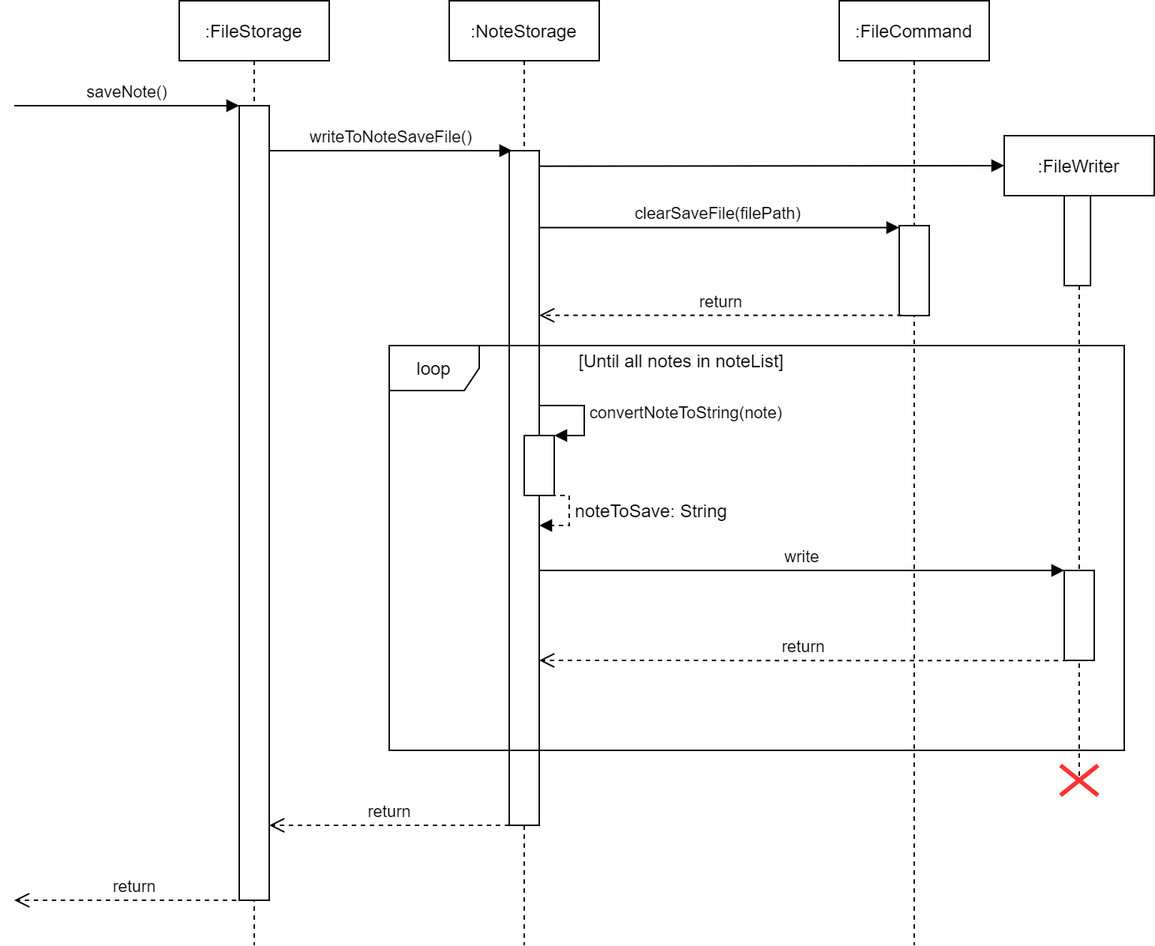
The draw.io diagram docs/images/DeveloperGuide/StorageSaveSequenceDiagram.png in skyaxe97/tp, before a commit. Source tidied: cells renumbered, new cells last; positions are measured from the earlier drawing's top-left corner, leaving out a move shared by most shapes. Its diagram source:
```xml
<mxGraphModel>
  <root>
    <mxCell id="0" />
    <mxCell id="1" parent="0" />
    <mxCell id="2" value=":FileStorage" style="shape=umlLifeline;perimeter=lifelinePerimeter;whiteSpace=wrap;html=1;fillColor=#FFFFFF;" parent="1" vertex="1">
      <mxGeometry x="110" width="100" height="630" as="geometry" />
    </mxCell>
    <mxCell id="3" style="html=1;perimeter=orthogonalPerimeter;fillColor=#FFFFFF;" parent="2" vertex="1">
      <mxGeometry x="40" y="70" width="20" height="530" as="geometry" />
    </mxCell>
    <mxCell id="4" value=":NoteStorage" style="shape=umlLifeline;perimeter=lifelinePerimeter;whiteSpace=wrap;html=1;fillColor=#FFFFFF;" parent="1" vertex="1">
      <mxGeometry x="290" width="100" height="630" as="geometry" />
    </mxCell>
    <mxCell id="5" style="html=1;points=[];perimeter=orthogonalPerimeter;fillColor=#FFFFFF;" parent="4" vertex="1">
      <mxGeometry x="40" y="100" width="20" height="450" as="geometry" />
    </mxCell>
    <mxCell id="6" value=":FileCommand" style="shape=umlLifeline;perimeter=lifelinePerimeter;whiteSpace=wrap;html=1;fillColor=#FFFFFF;" parent="1" vertex="1">
      <mxGeometry x="550" width="100" height="630" as="geometry" />
    </mxCell>
    <mxCell id="7" style="html=1;points=[];perimeter=orthogonalPerimeter;fillColor=#FFFFFF;" parent="6" vertex="1">
      <mxGeometry x="40" y="150" width="20" height="60" as="geometry" />
    </mxCell>
    <mxCell id="8" value="saveNote()" style="html=1;verticalAlign=bottom;endArrow=block;" parent="1" edge="1">
      <mxGeometry relative="1" as="geometry">
        <mxPoint y="70" as="sourcePoint" />
        <mxPoint x="150" y="70" as="targetPoint" />
      </mxGeometry>
    </mxCell>
    <mxCell id="9" value="writeToNoteSaveFile()" style="html=1;verticalAlign=bottom;endArrow=block;" parent="1" edge="1">
      <mxGeometry relative="1" as="geometry">
        <mxPoint x="170" y="100" as="sourcePoint" />
        <mxPoint x="332" y="100" as="targetPoint" />
      </mxGeometry>
    </mxCell>
    <mxCell id="10" value="clearSaveFile(filePath)" style="html=1;verticalAlign=bottom;endArrow=block;exitX=0.972;exitY=0.114;exitDx=0;exitDy=0;exitPerimeter=0;" parent="1" edge="1" source="5" target="7">
      <mxGeometry relative="1" as="geometry" />
    </mxCell>
    <mxCell id="11" value="return" style="html=1;verticalAlign=bottom;endArrow=open;dashed=1;endSize=8;exitX=0.083;exitY=0.997;exitDx=0;exitDy=0;exitPerimeter=0;" parent="1" edge="1" source="7" target="5">
      <mxGeometry relative="1" as="geometry" />
    </mxCell>
    <mxCell id="12" value="loop" style="shape=umlFrame;whiteSpace=wrap;html=1;fillColor=#FFFFFF;" parent="1" vertex="1">
      <mxGeometry x="250" y="230" width="490" height="270" as="geometry" />
    </mxCell>
    <mxCell id="13" value="[Until all notes in noteList]" style="text;html=1;strokeColor=none;fillColor=none;align=center;verticalAlign=middle;whiteSpace=wrap;rounded=0;" parent="1" vertex="1">
      <mxGeometry x="370" y="230" width="150" height="20" as="geometry" />
    </mxCell>
    <mxCell id="14" style="html=1;points=[];perimeter=orthogonalPerimeter;fillColor=#FFFFFF;" parent="1" vertex="1">
      <mxGeometry x="340" y="290" width="20" height="40" as="geometry" />
    </mxCell>
    <mxCell id="15" value="convertNoteToString(note)" style="edgeStyle=orthogonalEdgeStyle;html=1;align=left;spacingLeft=2;endArrow=block;rounded=0;entryX=1;entryY=0;" parent="1" edge="1" target="14">
      <mxGeometry relative="1" as="geometry">
        <mxPoint x="350" y="270" as="sourcePoint" />
        <Array as="points">
          <mxPoint x="380" y="270" />
        </Array>
      </mxGeometry>
    </mxCell>
    <mxCell id="16" style="edgeStyle=orthogonalEdgeStyle;html=1;align=left;spacingLeft=2;endArrow=block;rounded=0;entryX=1;entryY=0;dashed=1;" parent="1" edge="1">
      <mxGeometry relative="1" as="geometry">
        <mxPoint x="340" y="330" as="sourcePoint" />
        <mxPoint x="350" y="350" as="targetPoint" />
        <Array as="points">
          <mxPoint x="370" y="330" />
        </Array>
      </mxGeometry>
    </mxCell>
    <mxCell id="17" value="noteToSave: String" style="text;html=1;strokeColor=none;fillColor=none;align=center;verticalAlign=middle;whiteSpace=wrap;rounded=0;" parent="1" vertex="1">
      <mxGeometry x="370" y="330" width="110" height="20" as="geometry" />
    </mxCell>
    <mxCell id="18" value=":FileWriter" style="shape=umlLifeline;perimeter=lifelinePerimeter;whiteSpace=wrap;html=1;fillColor=#FFFFFF;" parent="1" vertex="1">
      <mxGeometry x="660" y="90" width="100" height="430" as="geometry" />
    </mxCell>
    <mxCell id="19" style="html=1;perimeter=orthogonalPerimeter;fillColor=#FFFFFF;" parent="18" vertex="1">
      <mxGeometry x="40" y="40" width="17.5" height="60" as="geometry" />
    </mxCell>
    <mxCell id="20" style="html=1;points=[];perimeter=orthogonalPerimeter;fillColor=#FFFFFF;" parent="18" vertex="1">
      <mxGeometry x="40" y="290" width="20" height="60" as="geometry" />
    </mxCell>
    <mxCell id="21" style="shape=umlDestroy;whiteSpace=wrap;html=1;strokeWidth=3;fillColor=#FFFFFF;strokeColor=#FF3333;" parent="1" vertex="1">
      <mxGeometry x="697.5" y="510" width="25" height="20" as="geometry" />
    </mxCell>
    <mxCell id="22" style="html=1;verticalAlign=bottom;endArrow=block;exitX=0.98;exitY=0.023;exitDx=0;exitDy=0;exitPerimeter=0;" parent="1" edge="1" source="5">
      <mxGeometry relative="1" as="geometry">
        <mxPoint x="660" y="110" as="targetPoint" />
      </mxGeometry>
    </mxCell>
    <mxCell id="23" value="write" style="html=1;verticalAlign=bottom;endArrow=block;" parent="1" edge="1">
      <mxGeometry relative="1" as="geometry">
        <mxPoint x="350" y="380" as="sourcePoint" />
        <mxPoint x="700" y="380" as="targetPoint" />
        <Array as="points">
          <mxPoint x="380" y="380" />
          <mxPoint x="610" y="380" />
        </Array>
      </mxGeometry>
    </mxCell>
    <mxCell id="24" value="return" style="html=1;verticalAlign=bottom;endArrow=open;dashed=1;endSize=8;exitX=0.1;exitY=1.003;exitDx=0;exitDy=0;exitPerimeter=0;" parent="1" edge="1" source="20">
      <mxGeometry relative="1" as="geometry">
        <mxPoint x="350" y="440" as="targetPoint" />
      </mxGeometry>
    </mxCell>
    <mxCell id="25" value="return" style="html=1;verticalAlign=bottom;endArrow=open;dashed=1;endSize=8;" parent="1" edge="1">
      <mxGeometry relative="1" as="geometry">
        <mxPoint x="330" y="550" as="sourcePoint" />
        <mxPoint x="170" y="550" as="targetPoint" />
      </mxGeometry>
    </mxCell>
    <mxCell id="26" value="return" style="html=1;verticalAlign=bottom;endArrow=open;dashed=1;endSize=8;" parent="1" edge="1">
      <mxGeometry relative="1" as="geometry">
        <mxPoint x="160" y="600" as="sourcePoint" />
        <mxPoint y="600" as="targetPoint" />
      </mxGeometry>
    </mxCell>
  </root>
</mxGraphModel>
```
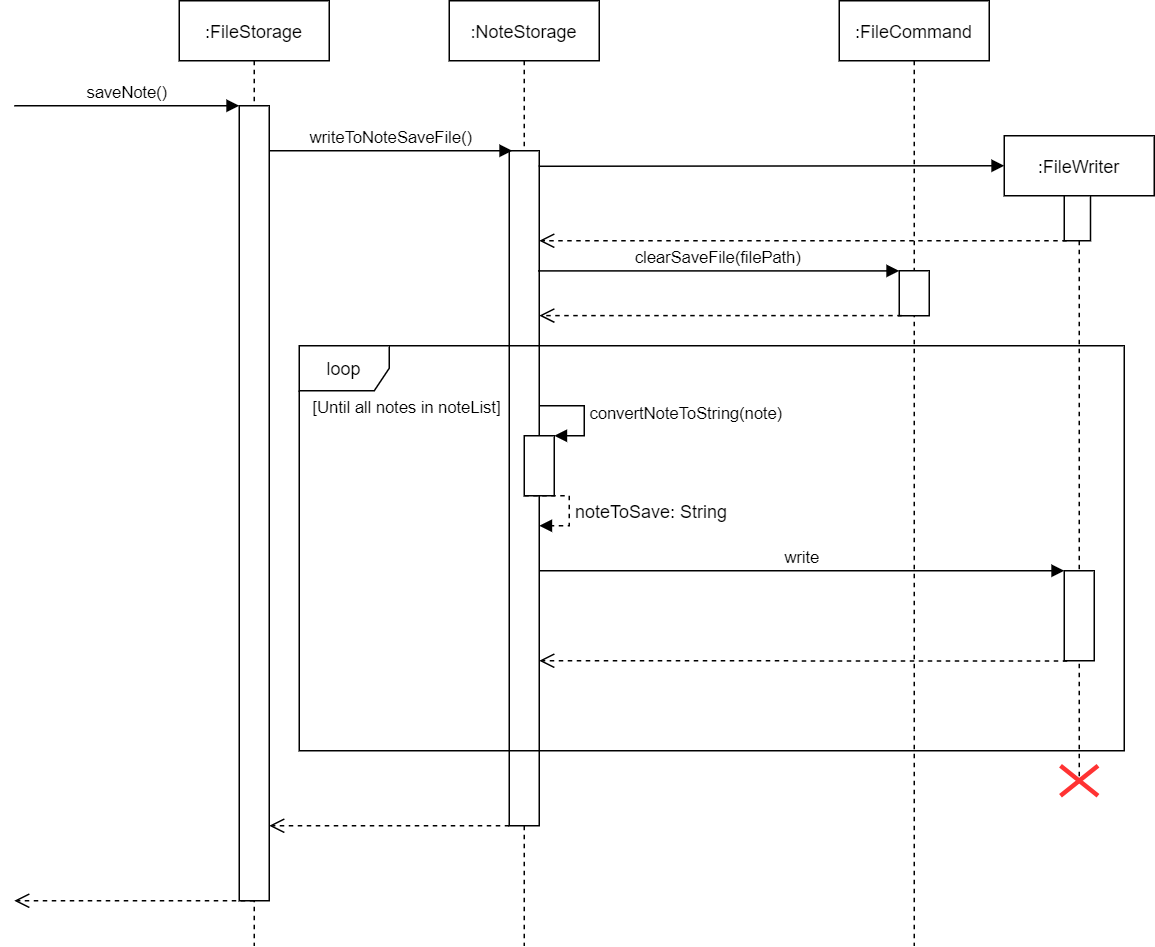
Later version of the same file.

Change to the diagram source:
```diff
@@ -18,7 +18,7 @@
       <mxGeometry x="550" width="100" height="630" as="geometry" />
     </mxCell>
     <mxCell id="7" style="html=1;points=[];perimeter=orthogonalPerimeter;fillColor=#FFFFFF;" parent="6" vertex="1">
-      <mxGeometry x="40" y="150" width="20" height="60" as="geometry" />
+      <mxGeometry x="40" y="180" width="20" height="30" as="geometry" />
     </mxCell>
     <mxCell id="8" value="saveNote()" style="html=1;verticalAlign=bottom;endArrow=block;" parent="1" edge="1">
       <mxGeometry relative="1" as="geometry">
@@ -32,17 +32,17 @@
         <mxPoint x="332" y="100" as="targetPoint" />
       </mxGeometry>
     </mxCell>
-    <mxCell id="10" value="clearSaveFile(filePath)" style="html=1;verticalAlign=bottom;endArrow=block;exitX=0.972;exitY=0.114;exitDx=0;exitDy=0;exitPerimeter=0;" parent="1" edge="1" source="5" target="7">
+    <mxCell id="10" value="clearSaveFile(filePath)" style="html=1;verticalAlign=bottom;endArrow=block;exitX=0.964;exitY=0.178;exitDx=0;exitDy=0;exitPerimeter=0;" parent="1" edge="1" source="5" target="7">
       <mxGeometry relative="1" as="geometry" />
     </mxCell>
-    <mxCell id="11" value="return" style="html=1;verticalAlign=bottom;endArrow=open;dashed=1;endSize=8;exitX=0.083;exitY=0.997;exitDx=0;exitDy=0;exitPerimeter=0;" parent="1" edge="1" source="7" target="5">
+    <mxCell id="11" style="html=1;verticalAlign=bottom;endArrow=open;dashed=1;endSize=8;exitX=0.083;exitY=0.997;exitDx=0;exitDy=0;exitPerimeter=0;" parent="1" edge="1" source="7" target="5">
       <mxGeometry relative="1" as="geometry" />
     </mxCell>
     <mxCell id="12" value="loop" style="shape=umlFrame;whiteSpace=wrap;html=1;fillColor=#FFFFFF;" parent="1" vertex="1">
-      <mxGeometry x="250" y="230" width="490" height="270" as="geometry" />
+      <mxGeometry x="190" y="230" width="550" height="270" as="geometry" />
     </mxCell>
-    <mxCell id="13" value="[Until all notes in noteList]" style="text;html=1;strokeColor=none;fillColor=none;align=center;verticalAlign=middle;whiteSpace=wrap;rounded=0;" parent="1" vertex="1">
-      <mxGeometry x="370" y="230" width="150" height="20" as="geometry" />
+    <mxCell id="13" value="&lt;font style=&quot;font-size: 11px&quot;&gt;[Until all notes in noteList]&lt;/font&gt;" style="text;html=1;strokeColor=none;fillColor=none;align=center;verticalAlign=middle;whiteSpace=wrap;rounded=0;" parent="1" vertex="1">
+      <mxGeometry x="187" y="260" width="150" height="20" as="geometry" />
     </mxCell>
     <mxCell id="14" style="html=1;points=[];perimeter=orthogonalPerimeter;fillColor=#FFFFFF;" parent="1" vertex="1">
       <mxGeometry x="340" y="290" width="20" height="40" as="geometry" />
@@ -71,7 +71,7 @@
       <mxGeometry x="660" y="90" width="100" height="430" as="geometry" />
     </mxCell>
     <mxCell id="19" style="html=1;perimeter=orthogonalPerimeter;fillColor=#FFFFFF;" parent="18" vertex="1">
-      <mxGeometry x="40" y="40" width="17.5" height="60" as="geometry" />
+      <mxGeometry x="40" y="40" width="17.5" height="30" as="geometry" />
     </mxCell>
     <mxCell id="20" style="html=1;points=[];perimeter=orthogonalPerimeter;fillColor=#FFFFFF;" parent="18" vertex="1">
       <mxGeometry x="40" y="290" width="20" height="60" as="geometry" />
@@ -94,22 +94,27 @@
         </Array>
       </mxGeometry>
     </mxCell>
-    <mxCell id="24" value="return" style="html=1;verticalAlign=bottom;endArrow=open;dashed=1;endSize=8;exitX=0.1;exitY=1.003;exitDx=0;exitDy=0;exitPerimeter=0;" parent="1" edge="1" source="20">
+    <mxCell id="24" style="html=1;verticalAlign=bottom;endArrow=open;dashed=1;endSize=8;exitX=0.1;exitY=1.003;exitDx=0;exitDy=0;exitPerimeter=0;" parent="1" edge="1" source="20">
       <mxGeometry relative="1" as="geometry">
         <mxPoint x="350" y="440" as="targetPoint" />
       </mxGeometry>
     </mxCell>
-    <mxCell id="25" value="return" style="html=1;verticalAlign=bottom;endArrow=open;dashed=1;endSize=8;" parent="1" edge="1">
+    <mxCell id="25" style="html=1;verticalAlign=bottom;endArrow=open;dashed=1;endSize=8;" parent="1" edge="1">
       <mxGeometry relative="1" as="geometry">
         <mxPoint x="330" y="550" as="sourcePoint" />
         <mxPoint x="170" y="550" as="targetPoint" />
       </mxGeometry>
     </mxCell>
-    <mxCell id="26" value="return" style="html=1;verticalAlign=bottom;endArrow=open;dashed=1;endSize=8;" parent="1" edge="1">
+    <mxCell id="26" style="html=1;verticalAlign=bottom;endArrow=open;dashed=1;endSize=8;" parent="1" edge="1">
       <mxGeometry relative="1" as="geometry">
         <mxPoint x="160" y="600" as="sourcePoint" />
         <mxPoint y="600" as="targetPoint" />
       </mxGeometry>
     </mxCell>
+    <mxCell id="27" style="html=1;verticalAlign=bottom;endArrow=open;dashed=1;endSize=8;exitX=0.083;exitY=0.997;exitDx=0;exitDy=0;exitPerimeter=0;" parent="1" edge="1" target="5">
+      <mxGeometry relative="1" as="geometry">
+        <mxPoint x="701.7" y="160" as="sourcePoint" />
+      </mxGeometry>
+    </mxCell>
   </root>
 </mxGraphModel>
```
